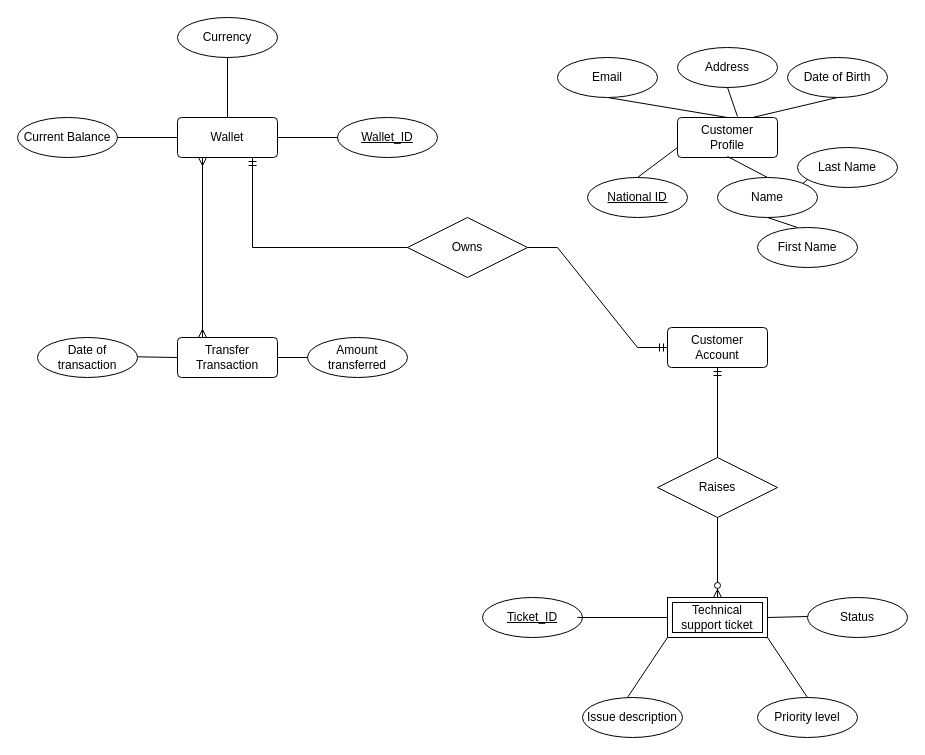
The draw.io diagram Untitled Diagram.drawio in itsfadymate/Customer-Data-Management-System, before the edit. Source tidied: cells renumbered, new cells numbered last; positions are measured from the earlier drawing's top-left corner, leaving out a move shared by most shapes. Both pictures are drawn from the tidied source at 100%, with x=0, y=0 at pixel (17, 17).
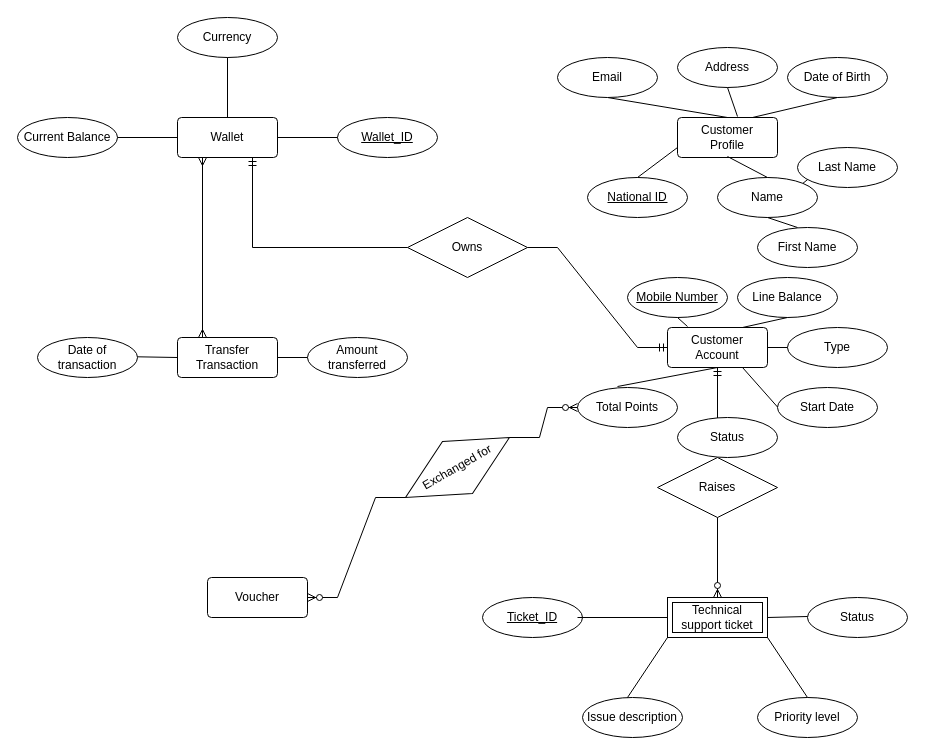
Above is the later version.

Commit message:
added customer account attributes and relation of total points with voucher entity

Unchanged cells that the change refers to:
```xml
<mxCell id="10" value="Customer Account" style="rounded=1;arcSize=10;whiteSpace=wrap;html=1;align=center;" parent="1" vertex="1">
  <mxGeometry x="650" y="310" width="100" height="40" as="geometry" />
</mxCell>
```

Diff of the diagram source:
```diff
@@
+    <mxCell id="48" value="Total Points" style="ellipse;whiteSpace=wrap;html=1;align=center;" parent="1" vertex="1">
+      <mxGeometry x="560" y="370" width="100" height="40" as="geometry" />
+    </mxCell>
@@
+    <mxCell id="49" value="Type" style="ellipse;whiteSpace=wrap;html=1;align=center;" parent="1" vertex="1">
+      <mxGeometry x="770" y="310" width="100" height="40" as="geometry" />
+    </mxCell>
@@
+    <mxCell id="50" value="Line Balance" style="ellipse;whiteSpace=wrap;html=1;align=center;" parent="1" vertex="1">
+      <mxGeometry x="720" y="260" width="100" height="40" as="geometry" />
+    </mxCell>
@@
+    <mxCell id="51" value="Start Date" style="ellipse;whiteSpace=wrap;html=1;align=center;" parent="1" vertex="1">
+      <mxGeometry x="760" y="370" width="100" height="40" as="geometry" />
+    </mxCell>
@@
+    <mxCell id="52" value="Status" style="ellipse;whiteSpace=wrap;html=1;align=center;" parent="1" vertex="1">
+      <mxGeometry x="660" y="400" width="100" height="40" as="geometry" />
+    </mxCell>
@@
+    <mxCell id="53" value="Mobile Number" style="ellipse;whiteSpace=wrap;html=1;align=center;fontStyle=4;strokeColor=default;verticalAlign=middle;fontFamily=Helvetica;fontSize=12;fontColor=default;fillColor=default;" parent="1" vertex="1">
+      <mxGeometry x="610" y="260" width="100" height="40" as="geometry" />
+    </mxCell>
@@
+    <mxCell id="54" style="endArrow=none;html=1;rounded=0;fontFamily=Helvetica;fontSize=12;fontColor=default;fontStyle=4;exitX=0.5;exitY=1;exitDx=0;exitDy=0;" parent="1" edge="1" source="53">
+      <mxGeometry relative="1" as="geometry">
+        <mxPoint x="670" y="309" as="targetPoint" />
+      </mxGeometry>
+    </mxCell>
@@
+    <mxCell id="55" style="endArrow=none;html=1;rounded=0;fontFamily=Helvetica;fontSize=12;fontColor=default;fontStyle=4;entryX=0.5;entryY=1;entryDx=0;entryDy=0;exitX=0.75;exitY=0;exitDx=0;exitDy=0;" parent="1" edge="1" source="10" target="50">
+      <mxGeometry relative="1" as="geometry" />
+    </mxCell>
@@
+    <mxCell id="56" style="endArrow=none;html=1;rounded=0;fontFamily=Helvetica;fontSize=12;fontColor=default;fontStyle=4;exitX=1;exitY=0.5;exitDx=0;exitDy=0;" parent="1" edge="1" source="10">
+      <mxGeometry relative="1" as="geometry">
+        <mxPoint x="770" y="330" as="targetPoint" />
+      </mxGeometry>
+    </mxCell>
+    <mxCell id="57" style="endArrow=none;html=1;rounded=0;fontFamily=Helvetica;fontSize=12;fontColor=default;fontStyle=4;exitX=0.75;exitY=1;exitDx=0;exitDy=0;" parent="1" edge="1" source="10">
+      <mxGeometry relative="1" as="geometry">
+        <mxPoint x="760" y="389.5" as="targetPoint" />
+      </mxGeometry>
+    </mxCell>
+    <mxCell id="58" style="endArrow=none;html=1;rounded=0;fontFamily=Helvetica;fontSize=12;fontColor=default;fontStyle=4;exitX=0.5;exitY=1;exitDx=0;exitDy=0;" parent="1" edge="1" source="10">
+      <mxGeometry relative="1" as="geometry">
+        <mxPoint x="700" y="400" as="targetPoint" />
+      </mxGeometry>
+    </mxCell>
+    <mxCell id="59" style="endArrow=none;html=1;rounded=0;fontFamily=Helvetica;fontSize=12;fontColor=default;fontStyle=4;entryX=0.5;entryY=1;entryDx=0;entryDy=0;" parent="1" edge="1" target="10">
+      <mxGeometry relative="1" as="geometry">
+        <mxPoint x="600" y="369" as="sourcePoint" />
+      </mxGeometry>
+    </mxCell>
+    <mxCell id="60" value="Exchanged for" style="shape=rhombus;perimeter=rhombusPerimeter;whiteSpace=wrap;html=1;align=center;rotation=-30;" parent="1" vertex="1">
+      <mxGeometry x="380" y="420" width="120" height="60" as="geometry" />
+    </mxCell>
+    <mxCell id="61" style="edgeStyle=entityRelationEdgeStyle;fontSize=12;html=1;endArrow=ERzeroToMany;endFill=1;rounded=0;fontFamily=Helvetica;fontColor=default;fontStyle=4;entryX=0;entryY=0.5;entryDx=0;entryDy=0;exitX=1;exitY=0.5;exitDx=0;exitDy=0;" parent="1" edge="1" source="60" target="48">
+      <mxGeometry relative="1" as="geometry" />
+    </mxCell>
+    <mxCell id="62" value="Voucher" style="rounded=1;arcSize=10;whiteSpace=wrap;html=1;align=center;" parent="1" vertex="1">
+      <mxGeometry x="190" y="560" width="100" height="40" as="geometry" />
+    </mxCell>
+    <mxCell id="63" style="edgeStyle=entityRelationEdgeStyle;fontSize=12;html=1;endArrow=ERzeroToMany;endFill=1;rounded=0;fontFamily=Helvetica;fontColor=default;fontStyle=4;entryX=1;entryY=0.5;entryDx=0;entryDy=0;exitX=0;exitY=0.5;exitDx=0;exitDy=0;" parent="1" edge="1" source="60" target="62">
+      <mxGeometry relative="1" as="geometry" />
+    </mxCell>
```
